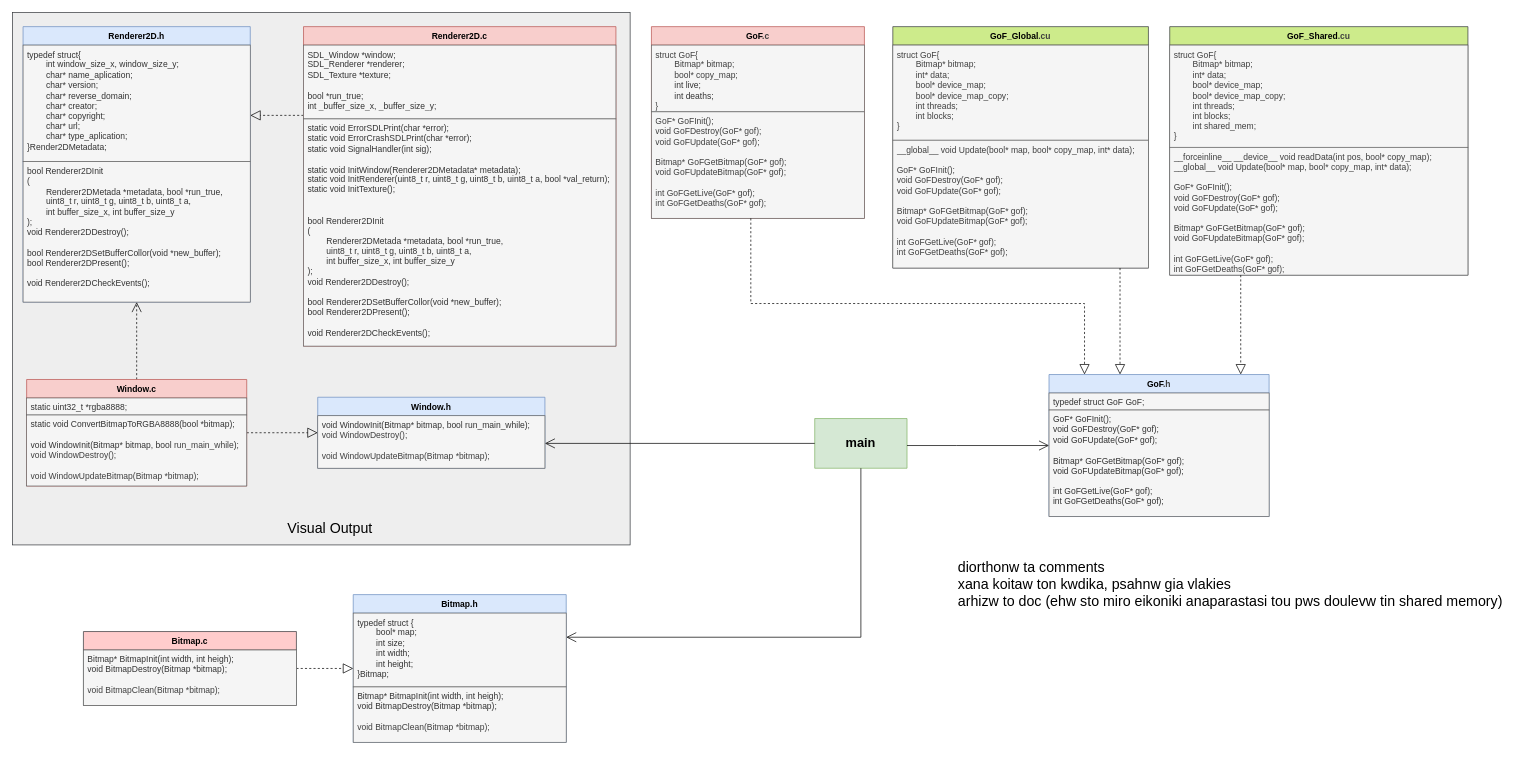
Before: doc/GameOfLife.drawio in OGecgo/ConwayGameOfLife_GPU_Acceleration, a draw.io diagram. Source tidied: cells renumbered, new cells numbered last; positions are measured from the earlier drawing's top-left corner, leaving out a move shared by most shapes. Both pictures are drawn from the tidied source at 71%, with x=0, y=0 at pixel (12, 12).
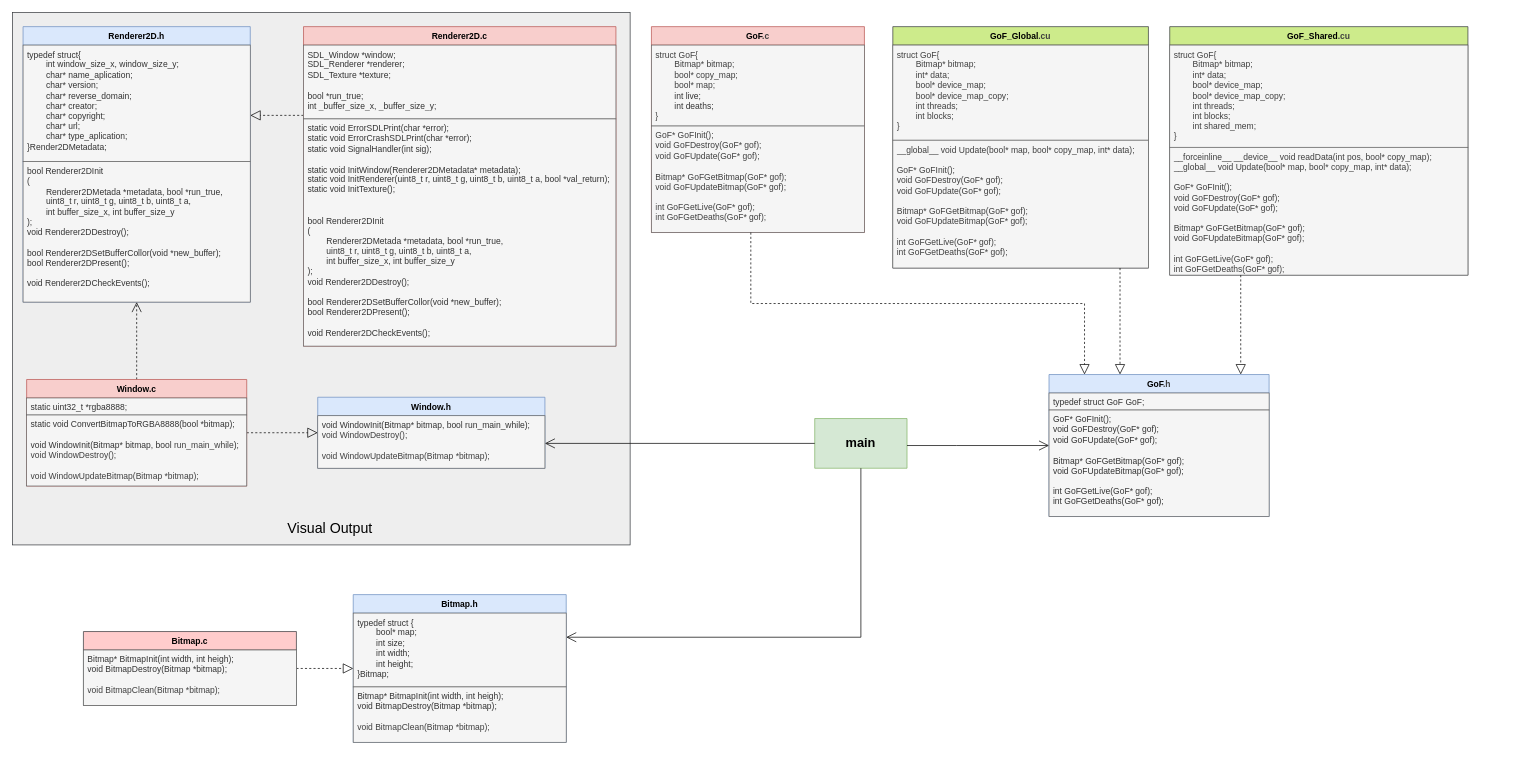
The same diagram, later.

Commit message (it also covers changes not shown here):
small change documentation, diagram, game of life global version memory leak fix

Diff of the diagram source:
```diff
@@
     <mxCell id="17" value="&lt;div&gt;GoF&lt;span style=&quot;color: rgb(63, 63, 63); background-color: transparent;&quot;&gt;.c&lt;/span&gt;&lt;/div&gt;" style="swimlane;fontStyle=1;align=center;verticalAlign=top;horizontal=1;startSize=26;whiteSpace=wrap;html=1;fillColor=#f8cecc;strokeColor=#b85450;" parent="1" vertex="1">
-      <mxGeometry x="900" y="20" width="300" height="270" as="geometry" />
+      <mxGeometry x="900" y="20" width="300" height="290" as="geometry" />
     </mxCell>
-    <mxCell id="18" value="&lt;span style=&quot;color: rgb(63, 63, 63);&quot;&gt;struct GoF{&lt;/span&gt;&lt;div&gt;&lt;span style=&quot;color: rgb(63, 63, 63);&quot;&gt;&lt;span style=&quot;white-space: pre;&quot;&gt;&#9;&lt;/span&gt;Bitmap* bitmap;&lt;br&gt;&lt;/span&gt;&lt;/div&gt;&lt;div&gt;&lt;span style=&quot;color: rgb(63, 63, 63);&quot;&gt;&lt;span style=&quot;white-space: pre;&quot;&gt;&#9;&lt;/span&gt;bool* copy_map;&lt;br&gt;&lt;/span&gt;&lt;/div&gt;&lt;div&gt;&lt;span style=&quot;white-space: pre;&quot;&gt;&#9;&lt;/span&gt;int live;&lt;br&gt;&lt;/div&gt;&lt;div&gt;&lt;span style=&quot;white-space: pre;&quot;&gt;&#9;&lt;/span&gt;int deaths;&lt;br&gt;&lt;/div&gt;&lt;div&gt;&lt;span style=&quot;color: rgb(63, 63, 63);&quot;&gt;}&lt;/span&gt;&lt;/div&gt;" style="text;strokeColor=#666666;fillColor=#f5f5f5;align=left;verticalAlign=top;spacingLeft=4;spacingRight=4;overflow=hidden;whiteSpace=wrap;html=1;fontColor=#333333;" parent="17" vertex="1">
-      <mxGeometry y="26" width="300" height="94" as="geometry" />
+    <mxCell id="18" value="&lt;span style=&quot;color: rgb(63, 63, 63);&quot;&gt;struct GoF{&lt;/span&gt;&lt;div&gt;&lt;span style=&quot;color: rgb(63, 63, 63);&quot;&gt;&lt;span style=&quot;white-space: pre;&quot;&gt;&#9;&lt;/span&gt;Bitmap* bitmap;&lt;br&gt;&lt;/span&gt;&lt;/div&gt;&lt;div&gt;&lt;span style=&quot;color: rgb(63, 63, 63);&quot;&gt;&lt;span style=&quot;white-space: pre;&quot;&gt;&#9;&lt;/span&gt;bool* copy_map;&lt;br&gt;&lt;/span&gt;&lt;/div&gt;&lt;div&gt;&lt;span style=&quot;color: rgb(63, 63, 63);&quot;&gt;&lt;span style=&quot;white-space: pre;&quot;&gt;&#9;&lt;/span&gt;bool* map;&lt;br&gt;&lt;/span&gt;&lt;/div&gt;&lt;div&gt;&lt;span style=&quot;white-space: pre;&quot;&gt;&#9;&lt;/span&gt;int live;&lt;br&gt;&lt;/div&gt;&lt;div&gt;&lt;span style=&quot;white-space: pre;&quot;&gt;&#9;&lt;/span&gt;int deaths;&lt;br&gt;&lt;/div&gt;&lt;div&gt;&lt;span style=&quot;color: rgb(63, 63, 63);&quot;&gt;}&lt;/span&gt;&lt;/div&gt;" style="text;strokeColor=#666666;fillColor=#f5f5f5;align=left;verticalAlign=top;spacingLeft=4;spacingRight=4;overflow=hidden;whiteSpace=wrap;html=1;fontColor=#333333;" parent="17" vertex="1">
+      <mxGeometry y="26" width="300" height="114" as="geometry" />
     </mxCell>
     <mxCell id="19" value="&lt;div style=&quot;color: rgb(63, 63, 63); scrollbar-color: rgb(226, 226, 226) rgb(251, 251, 251);&quot;&gt;&lt;span style=&quot;color: rgb(63, 63, 63); scrollbar-color: rgb(226, 226, 226) rgb(251, 251, 251); background-color: transparent;&quot;&gt;GoF* GoFInit();&lt;/span&gt;&lt;/div&gt;&lt;div style=&quot;color: rgb(63, 63, 63); scrollbar-color: rgb(226, 226, 226) rgb(251, 251, 251);&quot;&gt;&lt;span style=&quot;color: rgb(63, 63, 63); scrollbar-color: rgb(226, 226, 226) rgb(251, 251, 251); background-color: transparent;&quot;&gt;void GoFDestroy(GoF* gof);&lt;/span&gt;&lt;/div&gt;&lt;div style=&quot;color: rgb(63, 63, 63); scrollbar-color: rgb(226, 226, 226) rgb(251, 251, 251);&quot;&gt;&lt;span style=&quot;color: rgb(63, 63, 63); scrollbar-color: rgb(226, 226, 226) rgb(251, 251, 251); background-color: transparent;&quot;&gt;void GoFUpdate(GoF* gof);&lt;/span&gt;&lt;/div&gt;&lt;div style=&quot;color: rgb(63, 63, 63); scrollbar-color: rgb(226, 226, 226) rgb(251, 251, 251);&quot;&gt;&lt;br style=&quot;color: rgb(63, 63, 63); scrollbar-color: rgb(226, 226, 226) rgb(251, 251, 251);&quot;&gt;&lt;/div&gt;&lt;div style=&quot;color: rgb(63, 63, 63); scrollbar-color: rgb(226, 226, 226) rgb(251, 251, 251);&quot;&gt;Bitmap* GoFGetBitmap(GoF* gof);&lt;/div&gt;&lt;div style=&quot;color: rgb(63, 63, 63); scrollbar-color: rgb(226, 226, 226) rgb(251, 251, 251);&quot;&gt;void GoFUpdateBitmap(GoF* gof);&lt;/div&gt;&lt;div style=&quot;color: rgb(63, 63, 63); scrollbar-color: rgb(226, 226, 226) rgb(251, 251, 251);&quot;&gt;&lt;br style=&quot;color: rgb(63, 63, 63); scrollbar-color: rgb(226, 226, 226) rgb(251, 251, 251);&quot;&gt;&lt;/div&gt;&lt;div style=&quot;color: rgb(63, 63, 63); scrollbar-color: rgb(226, 226, 226) rgb(251, 251, 251);&quot;&gt;int GoFGetLive(GoF* gof);&lt;/div&gt;&lt;div style=&quot;color: rgb(63, 63, 63); scrollbar-color: rgb(226, 226, 226) rgb(251, 251, 251);&quot;&gt;int GoFGetDeaths(GoF* gof);&lt;/div&gt;" style="text;strokeColor=#666666;fillColor=#f5f5f5;align=left;verticalAlign=top;spacingLeft=4;spacingRight=4;overflow=hidden;whiteSpace=wrap;html=1;fontColor=#333333;" parent="17" vertex="1">
-      <mxGeometry y="120" width="300" height="150" as="geometry" />
+      <mxGeometry y="140" width="300" height="150" as="geometry" />
     </mxCell>
@@
-    <mxCell id="29" value="&lt;span style=&quot;font-size: 20px;&quot;&gt;diorthonw ta comments&lt;/span&gt;&lt;div&gt;&lt;span style=&quot;font-size: 20px;&quot;&gt;xana koitaw ton kwdika, psahnw gia vlakies&lt;/span&gt;&lt;/div&gt;&lt;div&gt;&lt;span style=&quot;font-size: 20px;&quot;&gt;arhizw to doc (ehw sto miro eikoniki anaparastasi tou pws doulevw tin shared memory)&lt;/span&gt;&lt;/div&gt;" style="text;html=1;align=left;verticalAlign=middle;strokeColor=none;fillColor=none;" parent="1" vertex="1">
-      <mxGeometry x="1330" y="760" width="790" height="90" as="geometry" />
-    </mxCell>
```
